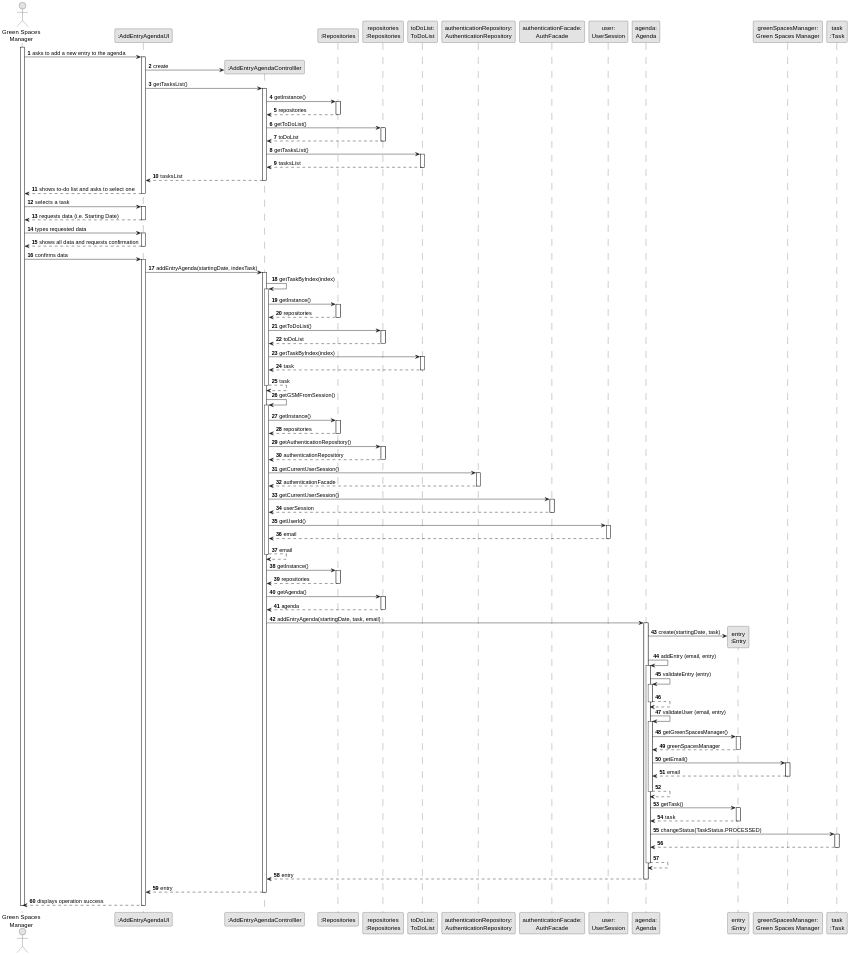
Above: docs/sprintA&B&C/us022/03.design/svg/us022-sequence-diagram-full.svg in daniel41silva05/ISEP_2023_2024_LAPR2 (PlantUML), before the change.
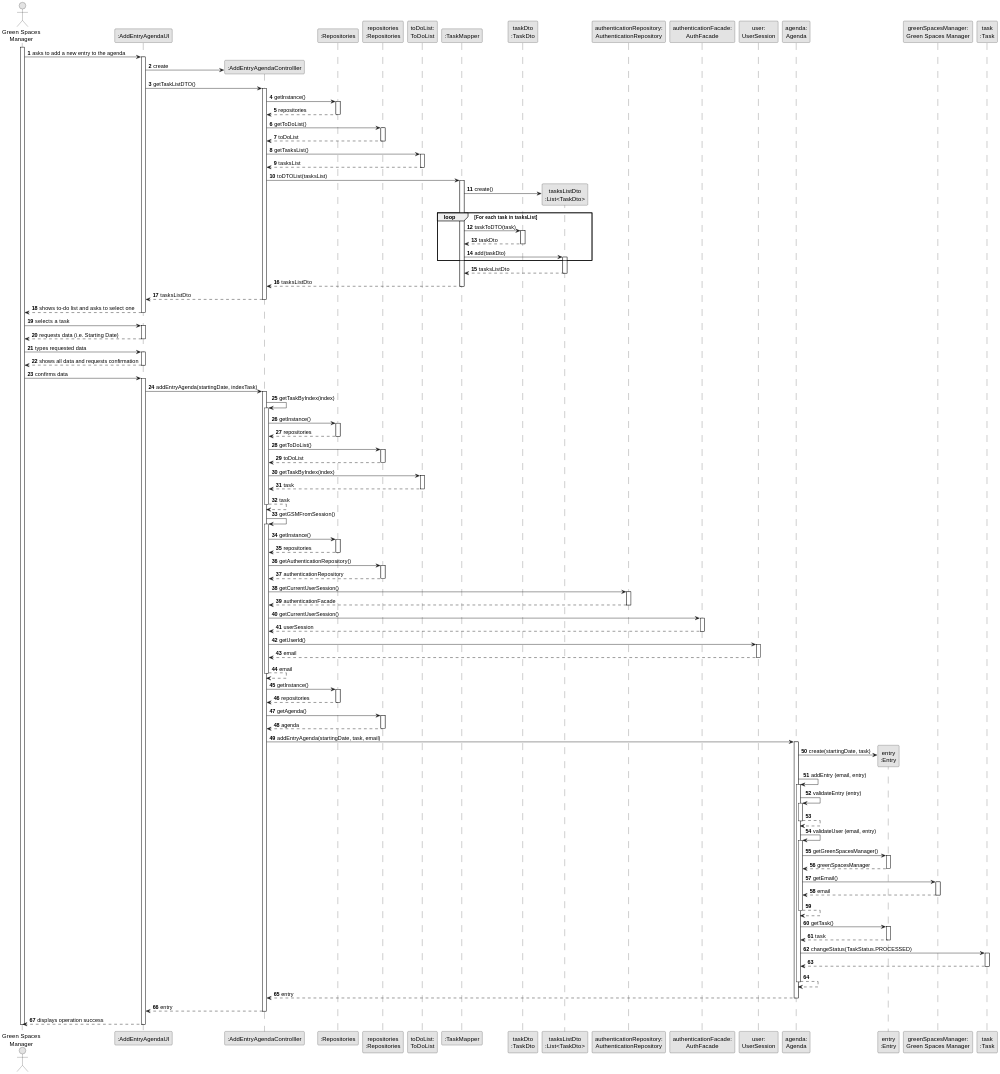
The same file after the commit.

Diff of the diagram source:
```diff
@@ -11,6 +11,9 @@
 participant ":Repositories" as REP
 participant "repositories\n:Repositories" as REPS
 participant "toDoList:\nToDoList" as toDoList
+participant ":TaskMapper" as taskMAPPER
+participant "taskDto\n:TaskDto" as taskDTO
+participant "tasksListDto\n:List<TaskDto>" as taskListDTO
 participant "authenticationRepository:\nAuthenticationRepository" as authentication
 participant "authenticationFacade:\nAuthFacade" as authFacade
 participant "user:\nUserSession" as user
@@ -26,7 +29,7 @@
 
         UI -> CTRL** : create
 
-        UI -> CTRL : getTasksList()
+        UI -> CTRL : getTaskListDTO()
         activate CTRL
 
             CTRL -> REP : getInstance()
@@ -47,8 +50,32 @@
             toDoList --> CTRL : tasksList
             deactivate toDoList
 
-            CTRL --> UI : tasksList
-            deactivate CTRL
+            CTRL -> taskMAPPER: toDTOList(tasksList)
+            activate taskMAPPER
+
+                taskMAPPER -> taskListDTO** : create()
+
+                loop For each task in tasksList
+
+                taskMAPPER -> taskDTO: taskToDTO(task)
+                activate taskDTO
+
+                taskDTO --> taskMAPPER: taskDto
+                deactivate taskDTO
+
+                taskMAPPER -> taskListDTO: add(taskDto)
+                activate taskListDTO
+
+                end
+
+                taskListDTO --> taskMAPPER: tasksListDto
+                deactivate taskListDTO
+
+            taskMAPPER --> CTRL : tasksListDto
+            deactivate taskMAPPER
+
+        CTRL --> UI : tasksListDto
+        deactivate CTRL
 
     UI --> GSM : shows to-do list and asks to select one
     deactivate UI
```
